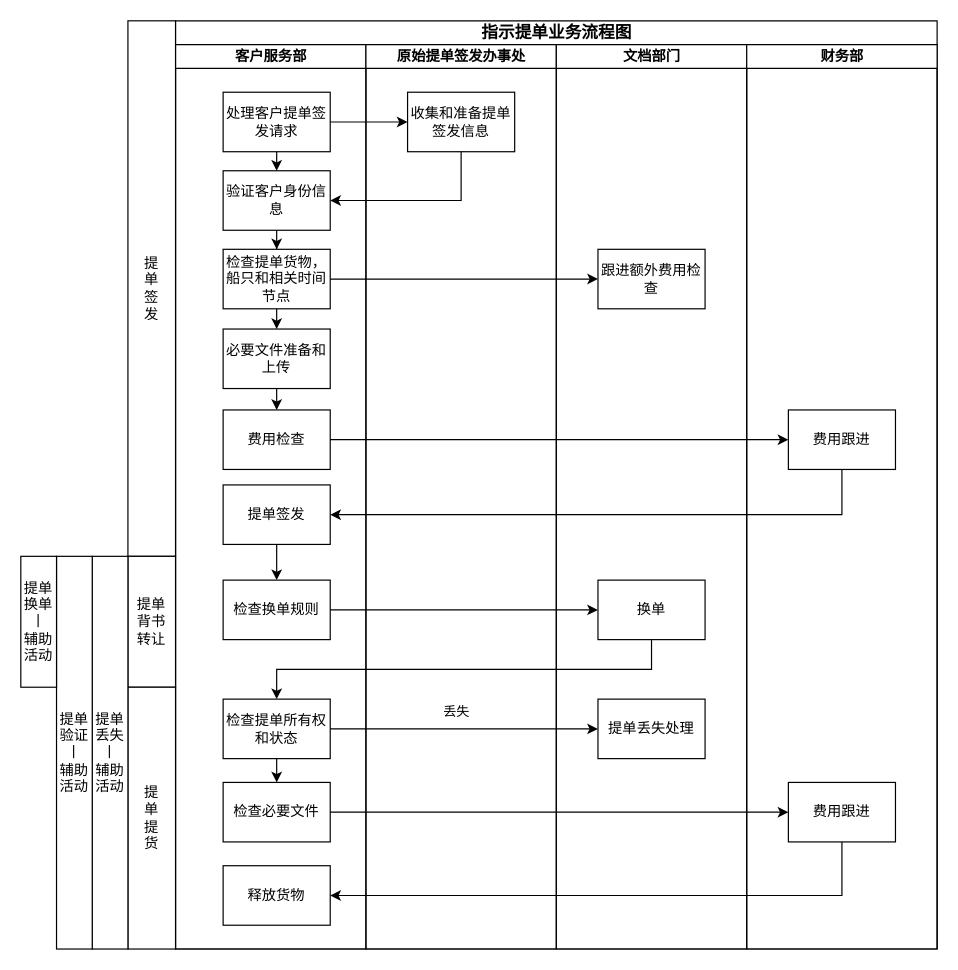
huangdamon/taobao_catch keeps this draw.io diagram as 指示提单全业务流程图.drawio. Above is the earlier version. Source tidied: cells renumbered, new cells numbered last; positions are measured from the earlier drawing's top-left corner, leaving out a move shared by most shapes. Both pictures are drawn from the tidied source at 119%, with x=0, y=0 at pixel (20, 20).
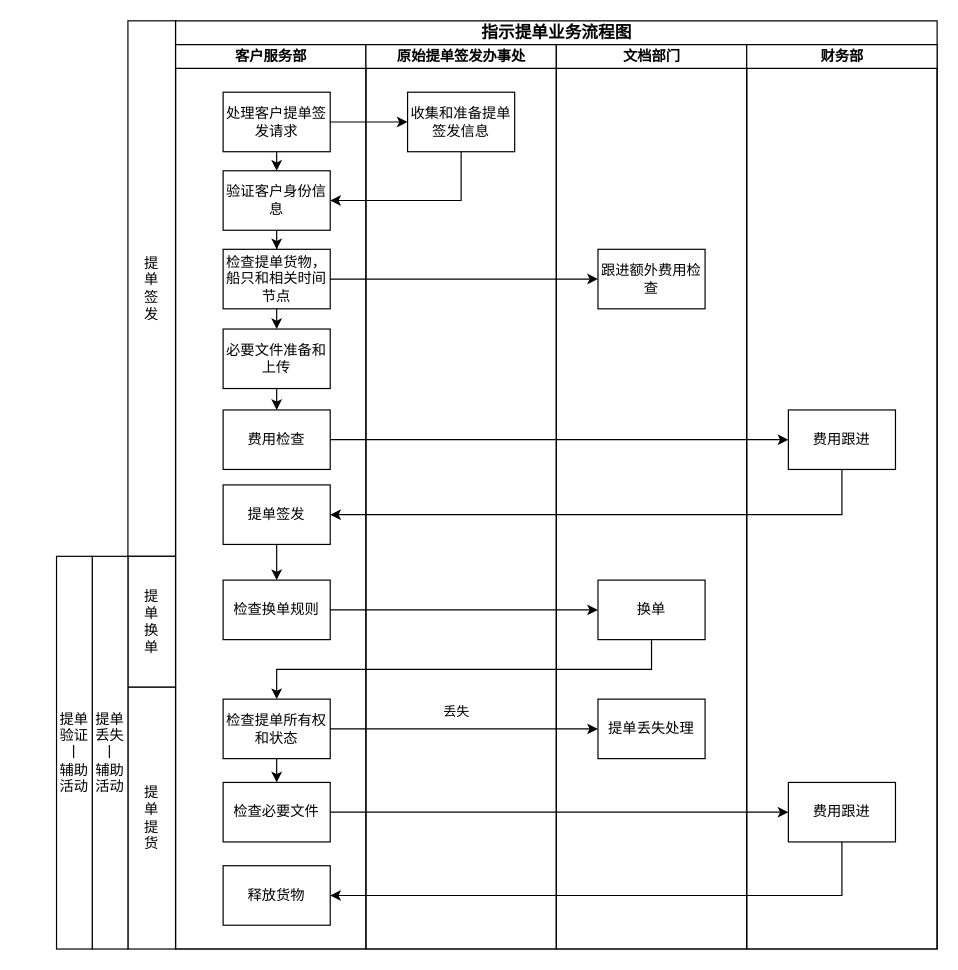
Above is the later version.

Commit message:
Update 指示提单全业务流程图.drawio

Change to the diagram source:
```diff
@@
-    <mxCell id="41" value="提单&lt;br&gt;背书&lt;br&gt;转让" style="rounded=0;whiteSpace=wrap;html=1;" parent="1" vertex="1">
+    <mxCell id="41" value="提&lt;br&gt;单&lt;br&gt;换&lt;br&gt;单" style="rounded=0;whiteSpace=wrap;html=1;" parent="1" vertex="1">
       <mxGeometry x="90" y="450" width="40" height="110" as="geometry" />
     </mxCell>
@@
-    <mxCell id="45" value="提单换单&lt;br&gt;丨&lt;br&gt;辅助活动" style="rounded=0;whiteSpace=wrap;html=1;" parent="1" vertex="1">
-      <mxGeometry y="450" width="30" height="110" as="geometry" />
-    </mxCell>
```
